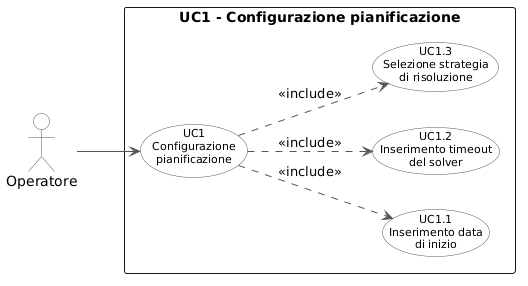
This is img/usecase/uc1.png from Faverooo/Tesi-MarcoFavero, a PlantUML export, as it was before one commit.
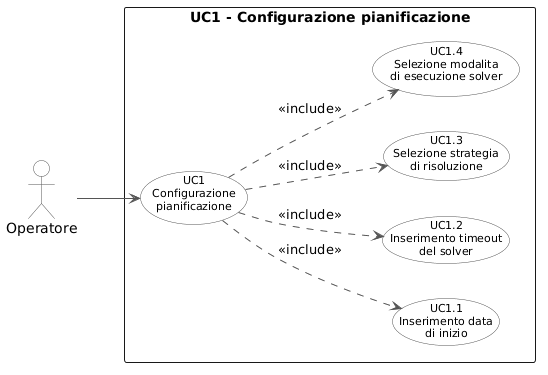
Above is the later version.

Diff of the diagram source:
```diff
@@ -19,10 +19,12 @@
     (UC1.1\nInserimento data\ndi inizio) as UC11
     (UC1.2\nInserimento timeout\ndel solver) as UC12
     (UC1.3\nSelezione strategia\ndi risoluzione) as UC13
+    (UC1.4\nSelezione modalita\ndi esecuzione solver) as UC14
 }
 
 op --> UC1
 UC1 ..> UC11 : <<include>>
 UC1 ..> UC12 : <<include>>
 UC1 ..> UC13 : <<include>>
+UC1 ..> UC14 : <<include>>
 @enduml
```
